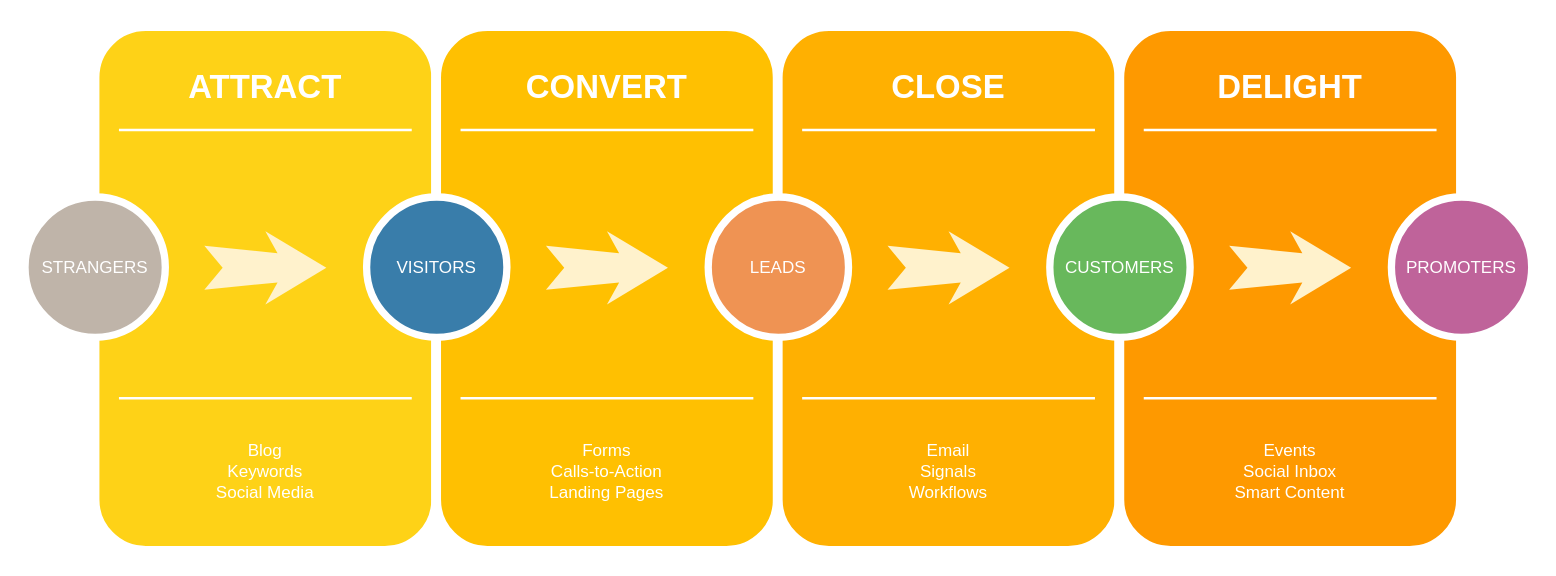
This is Untitled Diagram.drawio from KevinKuo2519/AI-Prpgram, a draw.io file, before an edit. Source tidied: cells renumbered, new cells numbered last; positions are measured from the earlier drawing's top-left corner, leaving out a move shared by most shapes. Both pictures are drawn from the tidied source at 122%, with x=0, y=0 at pixel (24, 26).
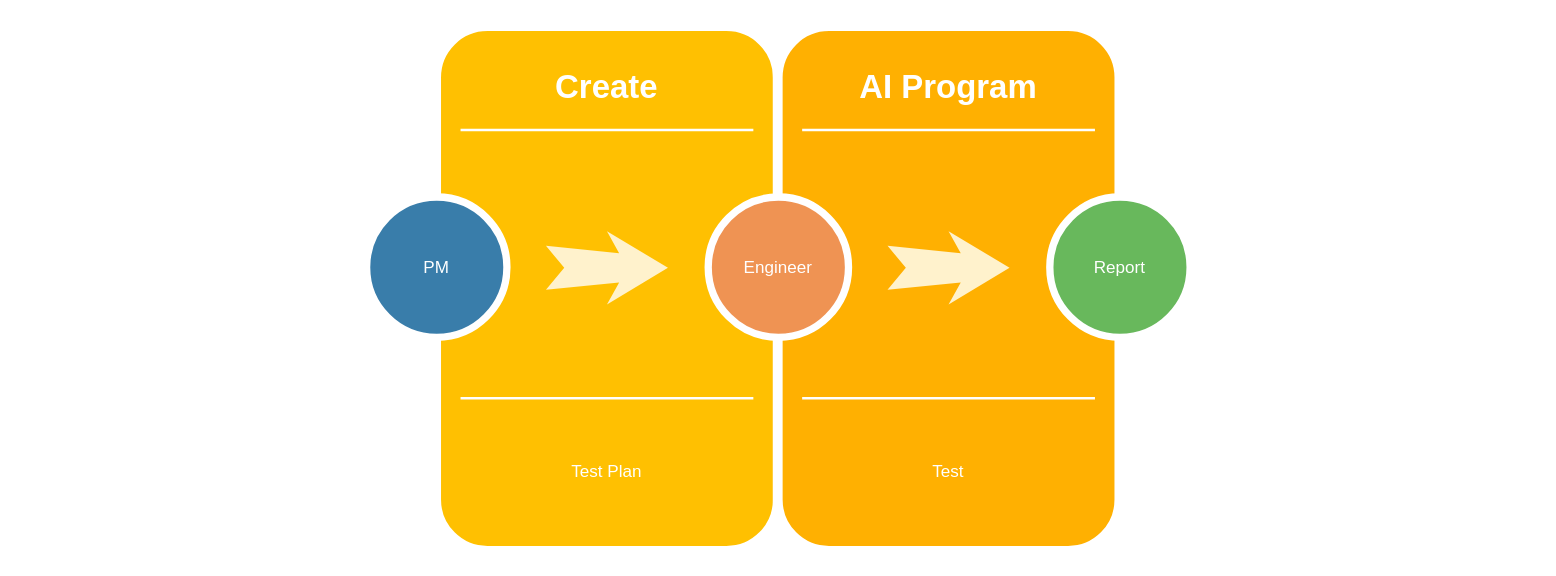
After the change.

Change to the diagram source:
```diff
@@
-    <mxCell id="2" style="whiteSpace=wrap;html=1;rounded=1;shadow=0;strokeWidth=8;fontSize=20;align=center;fillColor=#FED217;strokeColor=#FFFFFF;" parent="1" vertex="1">
-      <mxGeometry x="57" width="280" height="430" as="geometry" />
-    </mxCell>
@@
-    <mxCell id="4" value="Blog&lt;div&gt;Keywords&lt;/div&gt;&lt;div&gt;Social Media&lt;/div&gt;" style="text;html=1;strokeColor=none;fillColor=none;align=center;verticalAlign=middle;whiteSpace=wrap;rounded=0;shadow=0;fontSize=14;fontColor=#FFFFFF;" parent="1" vertex="1">
-      <mxGeometry x="57" y="320" width="280" height="90" as="geometry" />
-    </mxCell>
@@
-    <mxCell id="7" value="STRANGERS" style="ellipse;whiteSpace=wrap;html=1;rounded=0;shadow=0;strokeWidth=6;fontSize=14;align=center;fillColor=#BFB4A9;strokeColor=#FFFFFF;fontColor=#FFFFFF;" parent="1" vertex="1">
-      <mxGeometry y="140" width="115" height="115" as="geometry" />
-    </mxCell>
-    <mxCell id="8" style="html=1;shadow=0;dashed=0;align=center;verticalAlign=middle;shape=mxgraph.arrows2.stylisedArrow;dy=0.6;dx=40;notch=15;feather=0.4;rounded=0;strokeWidth=1;fontSize=27;strokeColor=none;fillColor=#fff2cc;" parent="1" vertex="1">
-      <mxGeometry x="147" y="168" width="100" height="60" as="geometry" />
-    </mxCell>
@@
-    <mxCell id="10" value="CONVERT" style="text;html=1;strokeColor=none;fillColor=none;align=center;verticalAlign=middle;whiteSpace=wrap;rounded=0;shadow=0;fontSize=27;fontColor=#FFFFFF;fontStyle=1;" parent="1" vertex="1">
+    <mxCell id="10" value="Create" style="text;html=1;strokeColor=none;fillColor=none;align=center;verticalAlign=middle;whiteSpace=wrap;rounded=0;shadow=0;fontSize=27;fontColor=#FFFFFF;fontStyle=1;" parent="1" vertex="1">
       <mxGeometry x="337" y="20" width="280" height="60" as="geometry" />
     </mxCell>
-    <mxCell id="11" value="Forms&lt;div&gt;Calls-to-Action&lt;/div&gt;&lt;div&gt;Landing Pages&lt;/div&gt;" style="text;html=1;strokeColor=none;fillColor=none;align=center;verticalAlign=middle;whiteSpace=wrap;rounded=0;shadow=0;fontSize=14;fontColor=#FFFFFF;" parent="1" vertex="1">
+    <mxCell id="11" value="Test Plan" style="text;html=1;strokeColor=none;fillColor=none;align=center;verticalAlign=middle;whiteSpace=wrap;rounded=0;shadow=0;fontSize=14;fontColor=#FFFFFF;" parent="1" vertex="1">
       <mxGeometry x="337" y="320" width="280" height="90" as="geometry" />
     </mxCell>
@@
-    <mxCell id="14" value="VISITORS" style="ellipse;whiteSpace=wrap;html=1;rounded=0;shadow=0;strokeWidth=6;fontSize=14;align=center;fillColor=#397DAA;strokeColor=#FFFFFF;fontColor=#FFFFFF;" parent="1" vertex="1">
+    <mxCell id="14" value="PM" style="ellipse;whiteSpace=wrap;html=1;rounded=0;shadow=0;strokeWidth=6;fontSize=14;align=center;fillColor=#397DAA;strokeColor=#FFFFFF;fontColor=#FFFFFF;" parent="1" vertex="1">
       <mxGeometry x="280" y="140" width="115" height="115" as="geometry" />
     </mxCell>
@@
-    <mxCell id="17" value="CLOSE" style="text;html=1;strokeColor=none;fillColor=none;align=center;verticalAlign=middle;whiteSpace=wrap;rounded=0;shadow=0;fontSize=27;fontColor=#FFFFFF;fontStyle=1;" parent="1" vertex="1">
+    <mxCell id="17" value="AI Program" style="text;html=1;strokeColor=none;fillColor=none;align=center;verticalAlign=middle;whiteSpace=wrap;rounded=0;shadow=0;fontSize=27;fontColor=#FFFFFF;fontStyle=1;" parent="1" vertex="1">
       <mxGeometry x="617" y="20" width="280" height="60" as="geometry" />
     </mxCell>
-    <mxCell id="18" value="Email&lt;div&gt;Signals&lt;/div&gt;&lt;div&gt;Workflows&lt;/div&gt;" style="text;html=1;strokeColor=none;fillColor=none;align=center;verticalAlign=middle;whiteSpace=wrap;rounded=0;shadow=0;fontSize=14;fontColor=#FFFFFF;" parent="1" vertex="1">
+    <mxCell id="18" value="Test" style="text;html=1;strokeColor=none;fillColor=none;align=center;verticalAlign=middle;whiteSpace=wrap;rounded=0;shadow=0;fontSize=14;fontColor=#FFFFFF;" parent="1" vertex="1">
       <mxGeometry x="617" y="320" width="280" height="90" as="geometry" />
     </mxCell>
@@
-    <mxCell id="21" value="LEADS" style="ellipse;whiteSpace=wrap;html=1;rounded=0;shadow=0;strokeWidth=6;fontSize=14;align=center;fillColor=#EF9353;strokeColor=#FFFFFF;fontColor=#FFFFFF;" parent="1" vertex="1">
+    <mxCell id="21" value="Engineer" style="ellipse;whiteSpace=wrap;html=1;rounded=0;shadow=0;strokeWidth=6;fontSize=14;align=center;fillColor=#EF9353;strokeColor=#FFFFFF;fontColor=#FFFFFF;" parent="1" vertex="1">
       <mxGeometry x="560" y="140" width="115" height="115" as="geometry" />
     </mxCell>
@@
-    <mxCell id="23" style="whiteSpace=wrap;html=1;rounded=1;shadow=0;strokeWidth=8;fontSize=20;align=center;fillColor=#FE9900;strokeColor=#FFFFFF;" parent="1" vertex="1">
-      <mxGeometry x="897" width="280" height="430" as="geometry" />
-    </mxCell>
@@
-    <mxCell id="25" value="Events&lt;div&gt;Social Inbox&lt;/div&gt;&lt;div&gt;Smart Content&lt;/div&gt;" style="text;html=1;strokeColor=none;fillColor=none;align=center;verticalAlign=middle;whiteSpace=wrap;rounded=0;shadow=0;fontSize=14;fontColor=#FFFFFF;" parent="1" vertex="1">
-      <mxGeometry x="897" y="320" width="280" height="90" as="geometry" />
-    </mxCell>
@@
-    <mxCell id="28" value="CUSTOMERS" style="ellipse;whiteSpace=wrap;html=1;rounded=0;shadow=0;strokeWidth=6;fontSize=14;align=center;fillColor=#68B85C;strokeColor=#FFFFFF;fontColor=#FFFFFF;" parent="1" vertex="1">
+    <mxCell id="28" value="Report" style="ellipse;whiteSpace=wrap;html=1;rounded=0;shadow=0;strokeWidth=6;fontSize=14;align=center;fillColor=#68B85C;strokeColor=#FFFFFF;fontColor=#FFFFFF;" parent="1" vertex="1">
       <mxGeometry x="840" y="140" width="115" height="115" as="geometry" />
     </mxCell>
-    <mxCell id="29" style="html=1;shadow=0;dashed=0;align=center;verticalAlign=middle;shape=mxgraph.arrows2.stylisedArrow;dy=0.6;dx=40;notch=15;feather=0.4;rounded=0;strokeWidth=1;fontSize=27;strokeColor=none;fillColor=#fff2cc;" parent="1" vertex="1">
-      <mxGeometry x="987" y="168" width="100" height="60" as="geometry" />
-    </mxCell>
-    <mxCell id="30" value="PROMOTERS" style="ellipse;whiteSpace=wrap;html=1;rounded=0;shadow=0;strokeWidth=6;fontSize=14;align=center;fillColor=#BF639A;strokeColor=#FFFFFF;fontColor=#FFFFFF;" parent="1" vertex="1">
-      <mxGeometry x="1120" y="140" width="115" height="115" as="geometry" />
-    </mxCell>
```
